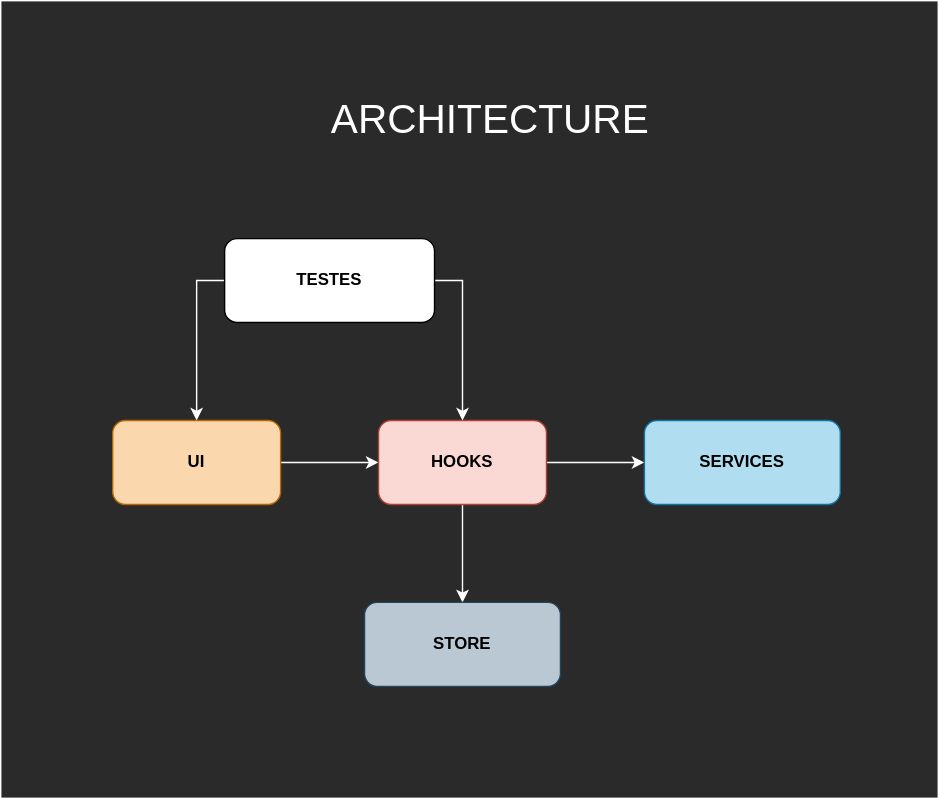
Above: informations/architecture.svg in Christiangsn/next_styled_components_redux_tlk_pwa_boilerplate (draw.io), before the change. Source tidied: cells renumbered, new cells last; positions are measured from the earlier drawing's top-left corner, leaving out a move shared by most shapes.
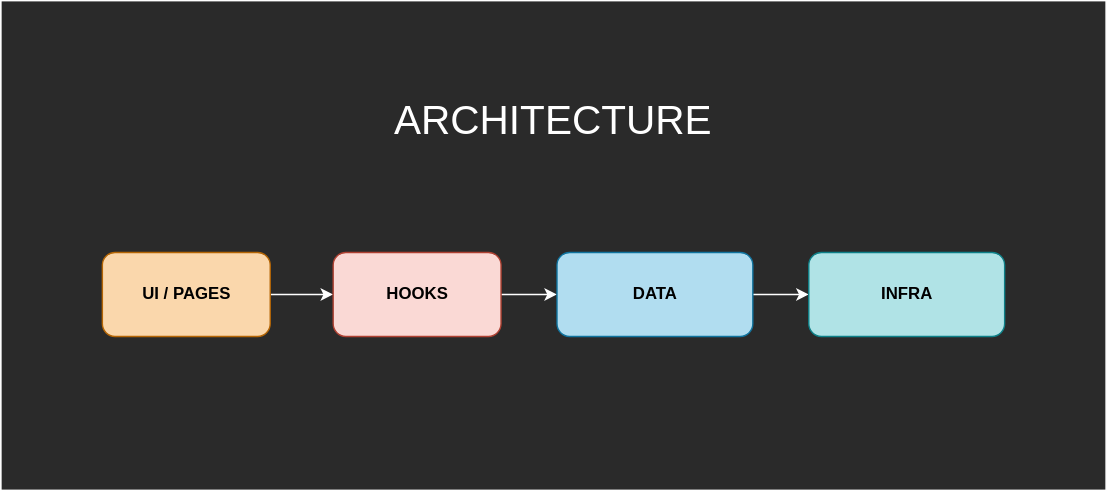
Above is the later version.

Commit message:
docs: update diagram of architecture

Change to the diagram source:
```diff
@@ -3,46 +3,31 @@
     <mxCell id="0" />
     <mxCell id="1" parent="0" />
     <mxCell id="2" style="rounded=0;whiteSpace=wrap;html=1;fontColor=#000000;strokeColor=#FFFFFF;fillColor=#2a2a2a;" parent="1" vertex="1">
-      <mxGeometry width="670" height="570" as="geometry" />
+      <mxGeometry y="32" width="790" height="350" as="geometry" />
     </mxCell>
     <mxCell id="3" style="edgeStyle=orthogonalEdgeStyle;rounded=0;jettySize=auto;html=1;entryX=0;entryY=0.5;entryDx=0;entryDy=0;fontColor=#000000;strokeColor=#FFFFFF;" parent="1" edge="1" source="4" target="7">
       <mxGeometry relative="1" as="geometry" />
     </mxCell>
-    <mxCell id="4" value="UI" style="rounded=1;whiteSpace=wrap;html=1;fillColor=#fad7ac;strokeColor=#b46504;fontColor=#000000;fontStyle=1;" parent="1" vertex="1">
-      <mxGeometry x="80" y="300" width="120" height="60" as="geometry" />
+    <mxCell id="4" value="UI / PAGES" style="rounded=1;whiteSpace=wrap;html=1;fillColor=#fad7ac;strokeColor=#b46504;fontColor=#000000;fontStyle=1;" parent="1" vertex="1">
+      <mxGeometry x="72.5" y="212" width="120" height="60" as="geometry" />
     </mxCell>
     <mxCell id="5" style="edgeStyle=orthogonalEdgeStyle;rounded=0;jettySize=auto;html=1;entryX=0;entryY=0.5;entryDx=0;entryDy=0;fontColor=#000000;strokeColor=#FFFFFF;" parent="1" edge="1" source="7" target="9">
       <mxGeometry relative="1" as="geometry" />
     </mxCell>
-    <mxCell id="6" style="edgeStyle=orthogonalEdgeStyle;rounded=0;jettySize=auto;html=1;entryX=0.5;entryY=0;entryDx=0;entryDy=0;fontColor=#000000;strokeColor=#FFFFFF;" parent="1" edge="1" source="7" target="8">
-      <mxGeometry relative="1" as="geometry" />
-    </mxCell>
     <mxCell id="7" value="HOOKS" style="rounded=1;whiteSpace=wrap;html=1;fillColor=#fad9d5;strokeColor=#ae4132;fontColor=#000000;fontStyle=1;" parent="1" vertex="1">
-      <mxGeometry x="270" y="300" width="120" height="60" as="geometry" />
+      <mxGeometry x="237.5" y="212" width="120" height="60" as="geometry" />
     </mxCell>
-    <mxCell id="8" value="STORE" style="rounded=1;whiteSpace=wrap;html=1;fillColor=#bac8d3;strokeColor=#23445d;fontColor=#000000;fontStyle=1;" parent="1" vertex="1">
-      <mxGeometry x="260" y="430" width="140" height="60" as="geometry" />
-    </mxCell>
+    <mxCell id="14" style="edgeStyle=orthogonalEdgeStyle;rounded=0;jettySize=auto;html=1;fontColor=#000000;strokeColor=#FFFFFF;" parent="1" edge="1" source="9" target="15">
+      <mxGeometry relative="1" as="geometry" />
+    </mxCell>
-    <mxCell id="9" value="SERVICES" style="rounded=1;whiteSpace=wrap;html=1;fillColor=#b1ddf0;strokeColor=#10739e;fontColor=#000000;fontStyle=1;" parent="1" vertex="1">
-      <mxGeometry x="460" y="300" width="140" height="60" as="geometry" />
+    <mxCell id="9" value="DATA" style="rounded=1;whiteSpace=wrap;html=1;fillColor=#b1ddf0;strokeColor=#10739e;fontColor=#000000;fontStyle=1;" parent="1" vertex="1">
+      <mxGeometry x="397.5" y="212" width="140" height="60" as="geometry" />
     </mxCell>
-    <mxCell id="10" style="edgeStyle=orthogonalEdgeStyle;rounded=0;jettySize=auto;html=1;fontColor=#000000;strokeColor=#FFFFFF;" parent="1" edge="1" source="12">
-      <mxGeometry relative="1" as="geometry">
-        <mxPoint x="330" y="300" as="targetPoint" />
-      </mxGeometry>
-    </mxCell>
-    <mxCell id="11" style="edgeStyle=orthogonalEdgeStyle;rounded=0;jettySize=auto;html=1;fontColor=#000000;entryX=0.5;entryY=0;entryDx=0;entryDy=0;strokeColor=#FFFFFF;" parent="1" edge="1" source="12" target="4">
-      <mxGeometry relative="1" as="geometry">
-        <Array as="points">
-          <mxPoint x="140" y="200" />
-        </Array>
-      </mxGeometry>
-    </mxCell>
-    <mxCell id="12" value="TESTES" style="rounded=1;whiteSpace=wrap;html=1;fontColor=#000000;fillColor=#FFFFFF;strokeColor=#000000;fontStyle=1;" parent="1" vertex="1">
-      <mxGeometry x="160" y="170" width="150" height="60" as="geometry" />
-    </mxCell>
     <mxCell id="13" value="ARCHITECTURE" style="text;html=1;strokeColor=none;fillColor=none;align=center;verticalAlign=middle;whiteSpace=wrap;rounded=0;shadow=0;glass=0;sketch=0;fontSize=29;fontColor=#FFFFFF;" parent="1" vertex="1">
-      <mxGeometry x="150" y="70" width="400" height="30" as="geometry" />
+      <mxGeometry x="195" y="103" width="400" height="30" as="geometry" />
     </mxCell>
+    <mxCell id="15" value="INFRA" style="rounded=1;whiteSpace=wrap;html=1;fillColor=#b0e3e6;strokeColor=#0e8088;fontStyle=1;fontColor=#000000;" parent="1" vertex="1">
+      <mxGeometry x="577.5" y="212" width="140" height="60" as="geometry" />
+    </mxCell>
   </root>
 </mxGraphModel>
```
